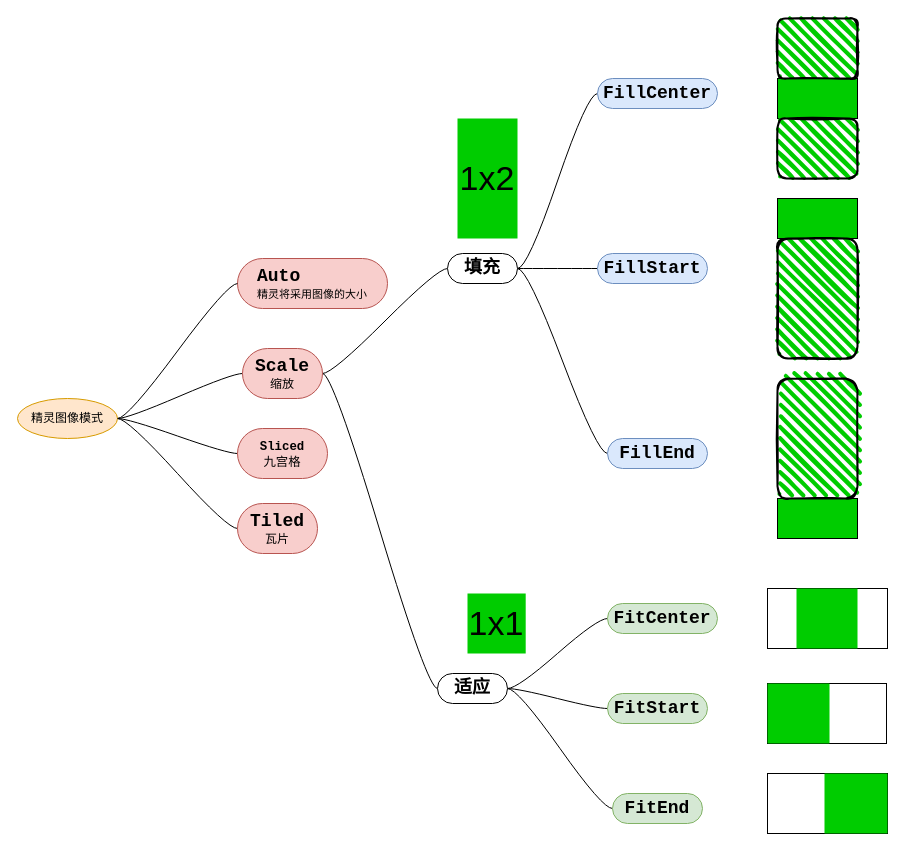
topkg/graph keeps this draw.io diagram as page "精灵的图像拉伸模式" (8 of 8) of bevy-0.17.drawio. Above is the earlier version. Source tidied: cells renumbered, new cells numbered last; positions are measured from the earlier drawing's top-left corner, leaving out a move shared by most shapes. Both pictures are drawn from the tidied source at 100%, with x=0, y=0 at pixel (17, 18).
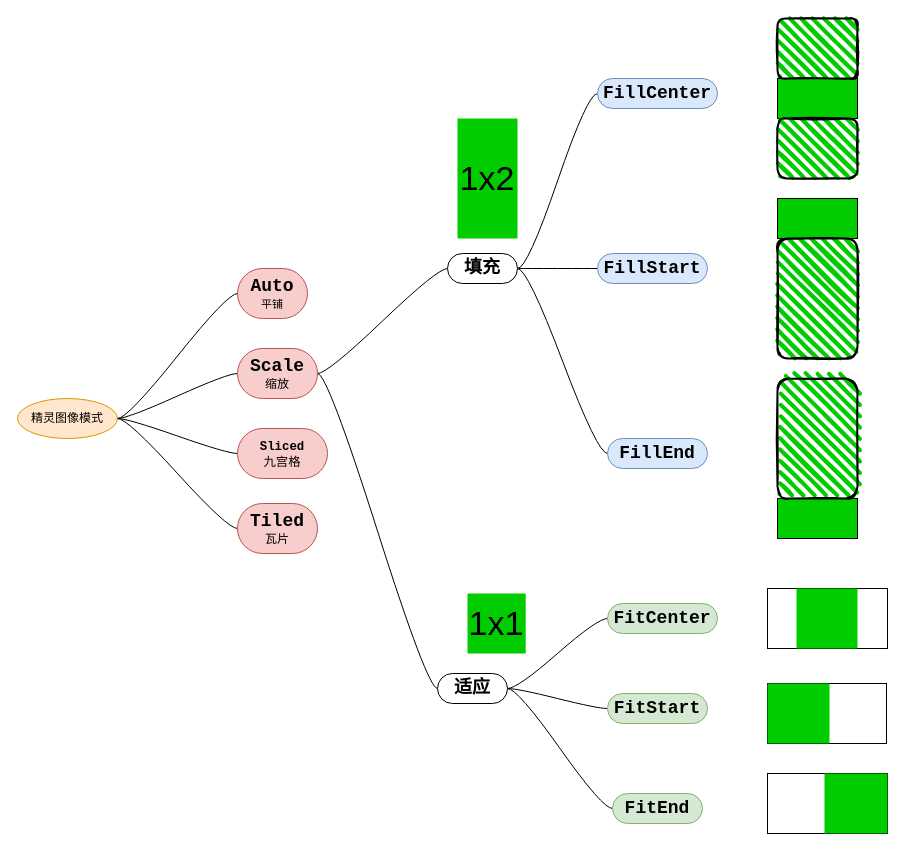
Above is the later version.

Diff of the diagram source:
```diff
@@
-    <mxCell id="8" value="&lt;h3 class=&quot;code-header&quot; style=&quot;box-sizing: border-box; scrollbar-width: initial; scrollbar-color: rgba(36, 37, 39, 0.6) rgb(217, 217, 217); font-size: 1.125rem; margin: 0px; padding: 0px; font-family: &amp;quot;Fira Mono&amp;quot;, monospace; white-space-collapse: preserve; text-align: left;&quot;&gt;Auto&lt;/h3&gt;&lt;div&gt;&lt;span style=&quot;font-family: &amp;quot;Fira Sans&amp;quot;, sans-serif; font-size: 11px; text-align: left;&quot;&gt;精灵将采用图像的大小&lt;/span&gt;&lt;/div&gt;" style="whiteSpace=wrap;html=1;rounded=1;arcSize=50;align=center;verticalAlign=middle;strokeWidth=1;spacing=4;newEdgeStyle={&quot;edgeStyle&quot;:&quot;entityRelationEdgeStyle&quot;,&quot;startArrow&quot;:&quot;none&quot;,&quot;endArrow&quot;:&quot;none&quot;,&quot;segment&quot;:10,&quot;curved&quot;:1,&quot;sourcePerimeterSpacing&quot;:0,&quot;targetPerimeterSpacing&quot;:0};fillColor=#f8cecc;strokeColor=#b85450;labelBackgroundColor=none;" parent="1" vertex="1">
-      <mxGeometry x="220" y="240" width="150" height="50" as="geometry" />
+    <mxCell id="8" value="&lt;h3 class=&quot;code-header&quot; style=&quot;box-sizing: border-box; scrollbar-width: initial; scrollbar-color: rgba(36, 37, 39, 0.6) rgb(217, 217, 217); font-size: 1.125rem; margin: 0px; padding: 0px; font-family: &amp;quot;Fira Mono&amp;quot;, monospace; white-space-collapse: preserve; text-align: left;&quot;&gt;Auto&lt;/h3&gt;&lt;div&gt;&lt;span style=&quot;font-family: &amp;quot;Fira Sans&amp;quot;, sans-serif; font-size: 11px; text-align: left;&quot;&gt;平铺&lt;/span&gt;&lt;/div&gt;" style="whiteSpace=wrap;html=1;rounded=1;arcSize=50;align=center;verticalAlign=middle;strokeWidth=1;spacing=4;newEdgeStyle={&quot;edgeStyle&quot;:&quot;entityRelationEdgeStyle&quot;,&quot;startArrow&quot;:&quot;none&quot;,&quot;endArrow&quot;:&quot;none&quot;,&quot;segment&quot;:10,&quot;curved&quot;:1,&quot;sourcePerimeterSpacing&quot;:0,&quot;targetPerimeterSpacing&quot;:0};fillColor=#f8cecc;strokeColor=#b85450;labelBackgroundColor=none;" parent="1" vertex="1">
+      <mxGeometry x="220" y="250" width="70" height="50" as="geometry" />
     </mxCell>
@@
     <mxCell id="26" value="&lt;h3 class=&quot;code-header&quot; style=&quot;box-sizing: border-box; scrollbar-width: initial; scrollbar-color: rgba(36, 37, 39, 0.6) rgb(217, 217, 217); font-size: 1.125rem; margin: 0px; padding: 0px; font-family: &amp;quot;Fira Mono&amp;quot;, monospace; white-space-collapse: preserve; text-align: left;&quot;&gt;Scale&lt;/h3&gt;&lt;div&gt;缩放&lt;/div&gt;" style="whiteSpace=wrap;html=1;rounded=1;arcSize=50;align=center;verticalAlign=middle;strokeWidth=1;spacing=4;newEdgeStyle={&quot;edgeStyle&quot;:&quot;entityRelationEdgeStyle&quot;,&quot;startArrow&quot;:&quot;none&quot;,&quot;endArrow&quot;:&quot;none&quot;,&quot;segment&quot;:10,&quot;curved&quot;:1,&quot;sourcePerimeterSpacing&quot;:0,&quot;targetPerimeterSpacing&quot;:0};fillColor=#f8cecc;strokeColor=#b85450;labelBackgroundColor=none;" parent="1" vertex="1">
-      <mxGeometry x="225" y="330" width="80" height="50" as="geometry" />
+      <mxGeometry x="220" y="330" width="80" height="50" as="geometry" />
     </mxCell>
```
